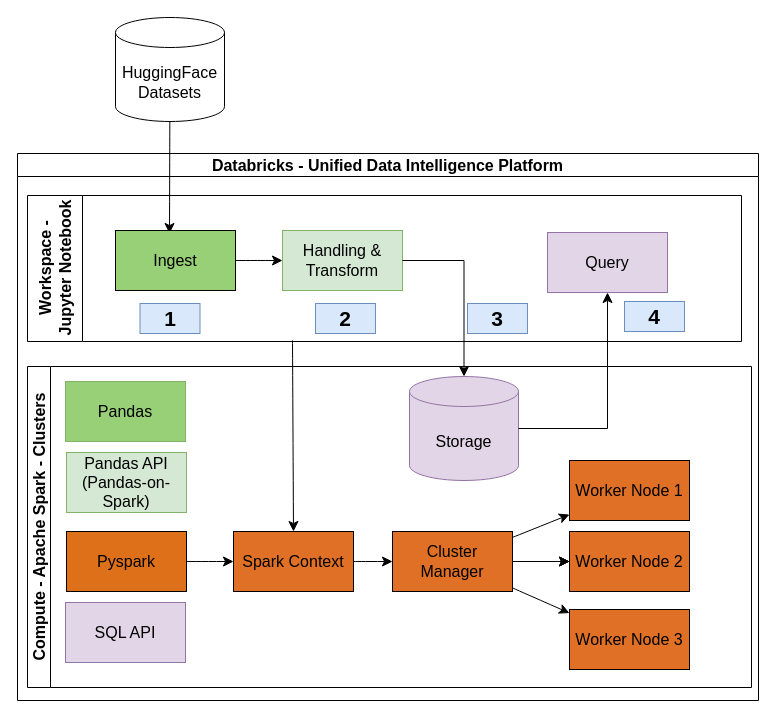
Before: demo_diagram.drawio in mmayorga97/dataprocessing_databricks, a draw.io diagram. Source tidied: cells renumbered, new cells numbered last; positions are measured from the earlier drawing's top-left corner, leaving out a move shared by most shapes. Both pictures are drawn from the tidied source at 100%, with x=0, y=0 at pixel (17, 17).
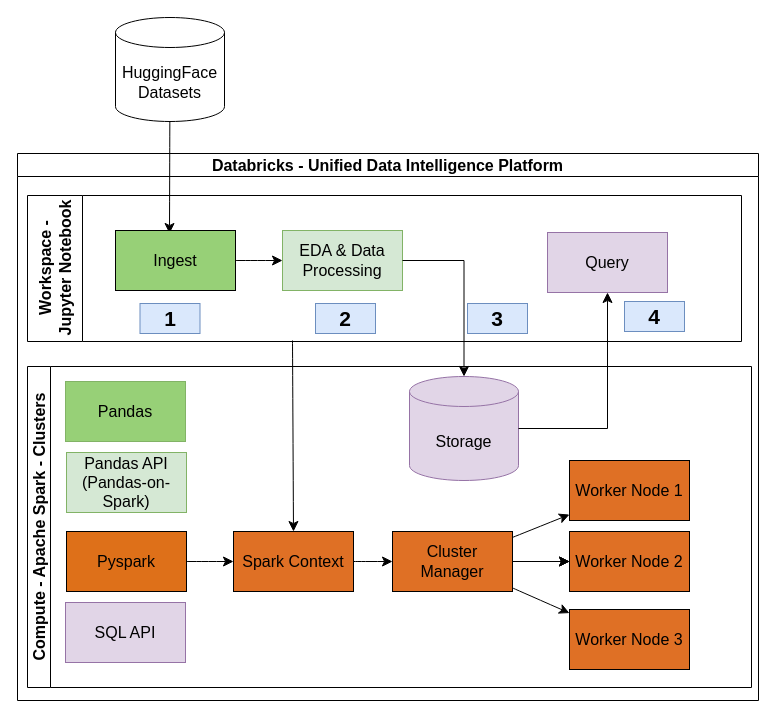
After the change.

The change refers to these unchanged cells:
```xml
<mxCell id="4" value="Workspace - Jupyter Notebook" style="swimlane;horizontal=0;whiteSpace=wrap;html=1;fontSize=16;startSize=55;" parent="2" vertex="1">
  <mxGeometry x="10" y="42" width="714" height="146" as="geometry" />
</mxCell>
```

What changed in the source:
```diff
@@
-    <mxCell id="9" value="Handling &amp;amp; Transform" style="rounded=0;whiteSpace=wrap;html=1;fontSize=16;fillColor=#d5e8d4;strokeColor=#82b366;" parent="4" vertex="1">
+    <mxCell id="9" value="EDA &amp;amp; Data Processing" style="rounded=0;whiteSpace=wrap;html=1;fontSize=16;fillColor=#d5e8d4;strokeColor=#82b366;" parent="4" vertex="1">
       <mxGeometry x="255" y="35" width="120" height="60" as="geometry" />
     </mxCell>
```
